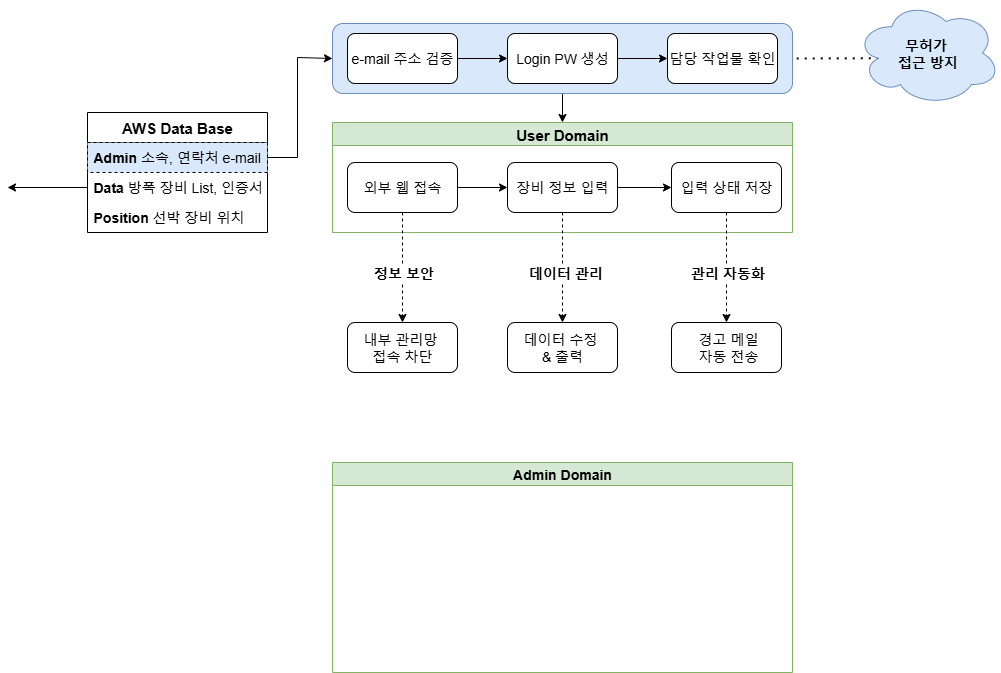
Above: workflow/1013.drawio.png in HD-Jinyeong/my_flask_app (draw.io), before the change. Source tidied: cells renumbered, new cells last; positions are measured from the earlier drawing's top-left corner, leaving out a move shared by most shapes.
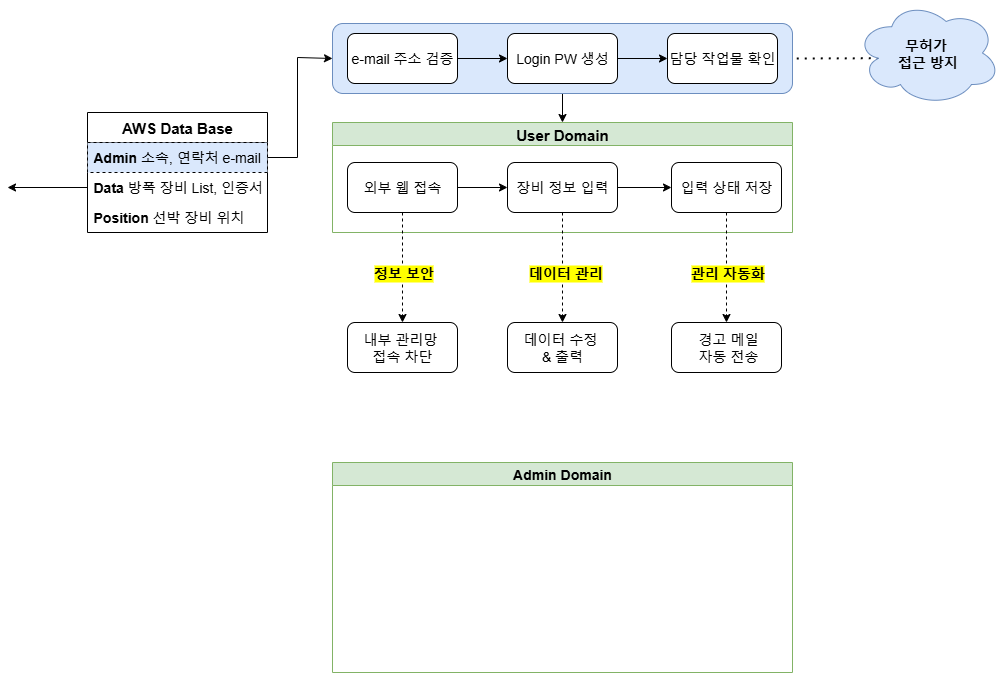
Above is the later version.

The edit, as a diff of the source:
```diff
@@ -57,7 +57,7 @@
     <mxCell id="17" style="rounded=0;jettySize=auto;html=1;entryX=0.5;entryY=0;entryDx=0;entryDy=0;exitX=0.5;exitY=1;exitDx=0;exitDy=0;dashed=1;" parent="1" edge="1" source="11" target="32">
       <mxGeometry relative="1" as="geometry" />
     </mxCell>
-    <mxCell id="18" value="&lt;b&gt;&lt;font style=&quot;font-size: 14px;&quot;&gt;데이터 관리&lt;/font&gt;&lt;/b&gt;" style="edgeLabel;html=1;align=center;verticalAlign=middle;labelBackgroundColor=light-dark(#ffffff, #323200);" parent="17" vertex="1">
+    <mxCell id="18" value="&lt;b&gt;&lt;font style=&quot;font-size: 14px;&quot;&gt;데이터 관리&lt;/font&gt;&lt;/b&gt;" style="edgeLabel;html=1;align=center;verticalAlign=middle;labelBackgroundColor=light-dark(#FFFF00,#323200);" parent="17" vertex="1">
       <mxGeometry x="0.1" y="1" relative="1" as="geometry">
         <mxPoint x="1" as="offset" />
       </mxGeometry>
@@ -86,7 +86,7 @@
     <mxCell id="26" style="rounded=0;jettySize=auto;html=1;entryX=0.5;entryY=0;entryDx=0;entryDy=0;exitX=0.5;exitY=1;exitDx=0;exitDy=0;dashed=1;" parent="1" edge="1" source="15" target="31">
       <mxGeometry relative="1" as="geometry" />
     </mxCell>
-    <mxCell id="27" value="&lt;b&gt;&lt;font style=&quot;font-size: 14px;&quot;&gt;정보 보안&lt;/font&gt;&lt;/b&gt;" style="edgeLabel;html=1;align=center;verticalAlign=middle;labelBackgroundColor=light-dark(#ffffff, #323200);" parent="26" vertex="1">
+    <mxCell id="27" value="&lt;b&gt;&lt;font style=&quot;font-size: 14px;&quot;&gt;정보 보안&lt;/font&gt;&lt;/b&gt;" style="edgeLabel;html=1;align=center;verticalAlign=middle;labelBackgroundColor=light-dark(#FFFF00,#323200);" parent="26" vertex="1">
       <mxGeometry x="0.1" y="1" relative="1" as="geometry">
         <mxPoint x="-1" as="offset" />
       </mxGeometry>
@@ -94,7 +94,7 @@
     <mxCell id="28" style="rounded=0;jettySize=auto;html=1;exitX=0.5;exitY=1;exitDx=0;exitDy=0;entryX=0.5;entryY=0;entryDx=0;entryDy=0;dashed=1;" parent="1" edge="1" source="12" target="33">
       <mxGeometry relative="1" as="geometry" />
     </mxCell>
-    <mxCell id="29" value="&lt;span style=&quot;font-size: 14px;&quot;&gt;&lt;b&gt;관리 자동화&lt;/b&gt;&lt;/span&gt;" style="edgeLabel;html=1;align=center;verticalAlign=middle;labelBackgroundColor=light-dark(#ffffff, #323200);" parent="28" vertex="1">
+    <mxCell id="29" value="&lt;span style=&quot;font-size: 14px;&quot;&gt;&lt;b&gt;관리 자동화&lt;/b&gt;&lt;/span&gt;" style="edgeLabel;html=1;align=center;verticalAlign=middle;labelBackgroundColor=light-dark(#FFFF00,#323200);" parent="28" vertex="1">
       <mxGeometry x="0.12" y="1" relative="1" as="geometry">
         <mxPoint x="-1" y="-1" as="offset" />
       </mxGeometry>
```
